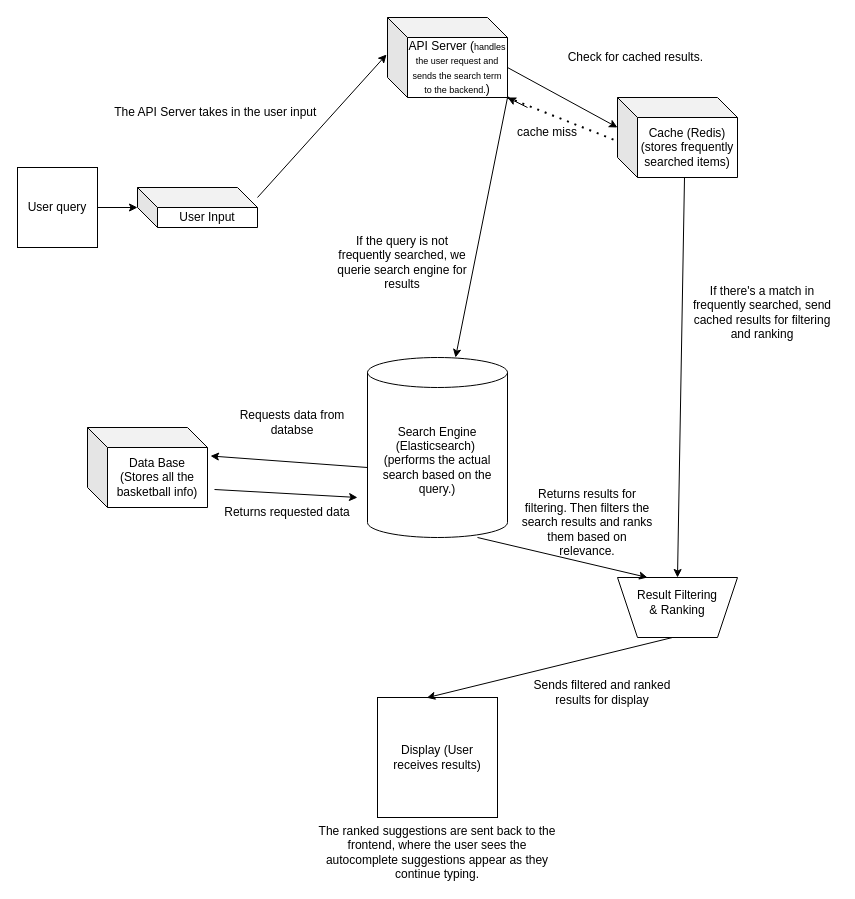
tonycao777/okc keeps this draw.io diagram as Untitled Diagram.drawio. Above is the earlier version. Source tidied: cells renumbered, new cells numbered last; positions are measured from the earlier drawing's top-left corner, leaving out a move shared by most shapes. Both pictures are drawn from the tidied source at 100%, with x=0, y=0 at pixel (17, 17).
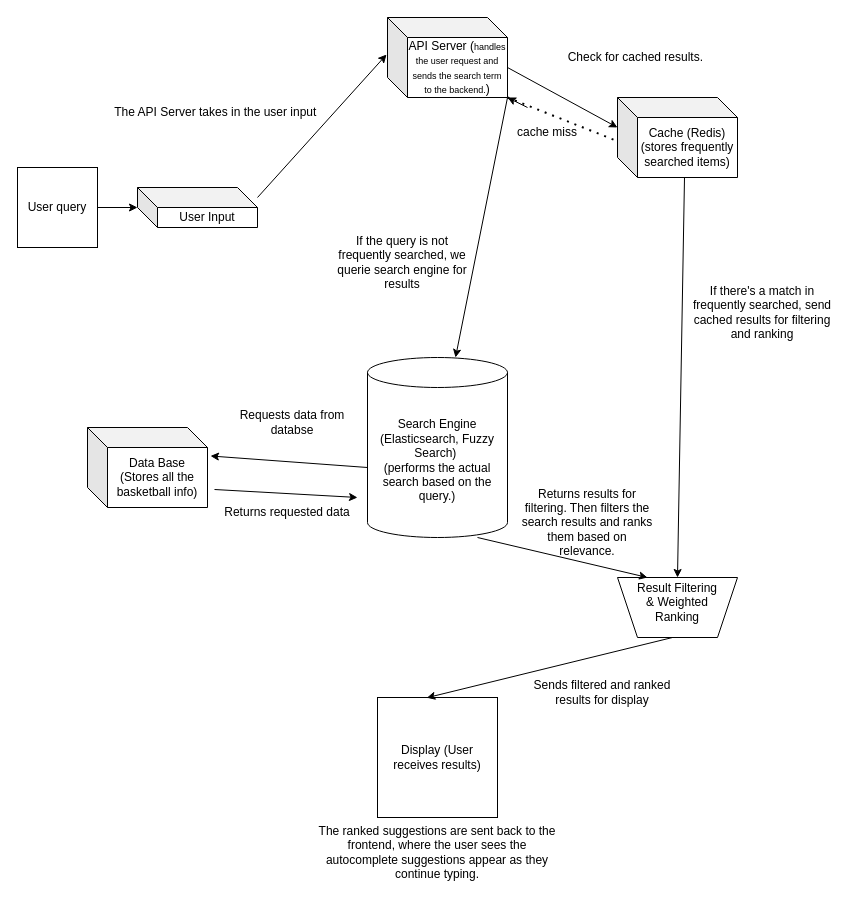
After the change.

Commit message:
Finalized with details

The edit, as a diff of the source:
```diff
@@
-    <mxCell id="9" value="Search Engine (Elasticsearch)&amp;nbsp;&lt;div&gt;(performs the actual search based on the query.)&lt;/div&gt;" style="shape=cylinder3;whiteSpace=wrap;html=1;boundedLbl=1;backgroundOutline=1;size=15;" parent="1" vertex="1">
+    <mxCell id="9" value="Search Engine (Elasticsearch, Fuzzy Search)&amp;nbsp;&lt;div&gt;(performs the actual search based on the query.)&lt;/div&gt;" style="shape=cylinder3;whiteSpace=wrap;html=1;boundedLbl=1;backgroundOutline=1;size=15;" parent="1" vertex="1">
       <mxGeometry x="350" y="340" width="140" height="180" as="geometry" />
     </mxCell>
@@
-    <mxCell id="21" value="Result Filtering &amp;amp; Ranking" style="text;html=1;align=center;verticalAlign=middle;whiteSpace=wrap;rounded=0;" parent="1" vertex="1">
+    <mxCell id="21" value="Result Filtering &amp;amp; Weighted Ranking" style="text;html=1;align=center;verticalAlign=middle;whiteSpace=wrap;rounded=0;" parent="1" vertex="1">
       <mxGeometry x="615" y="570" width="90" height="30" as="geometry" />
     </mxCell>
```
